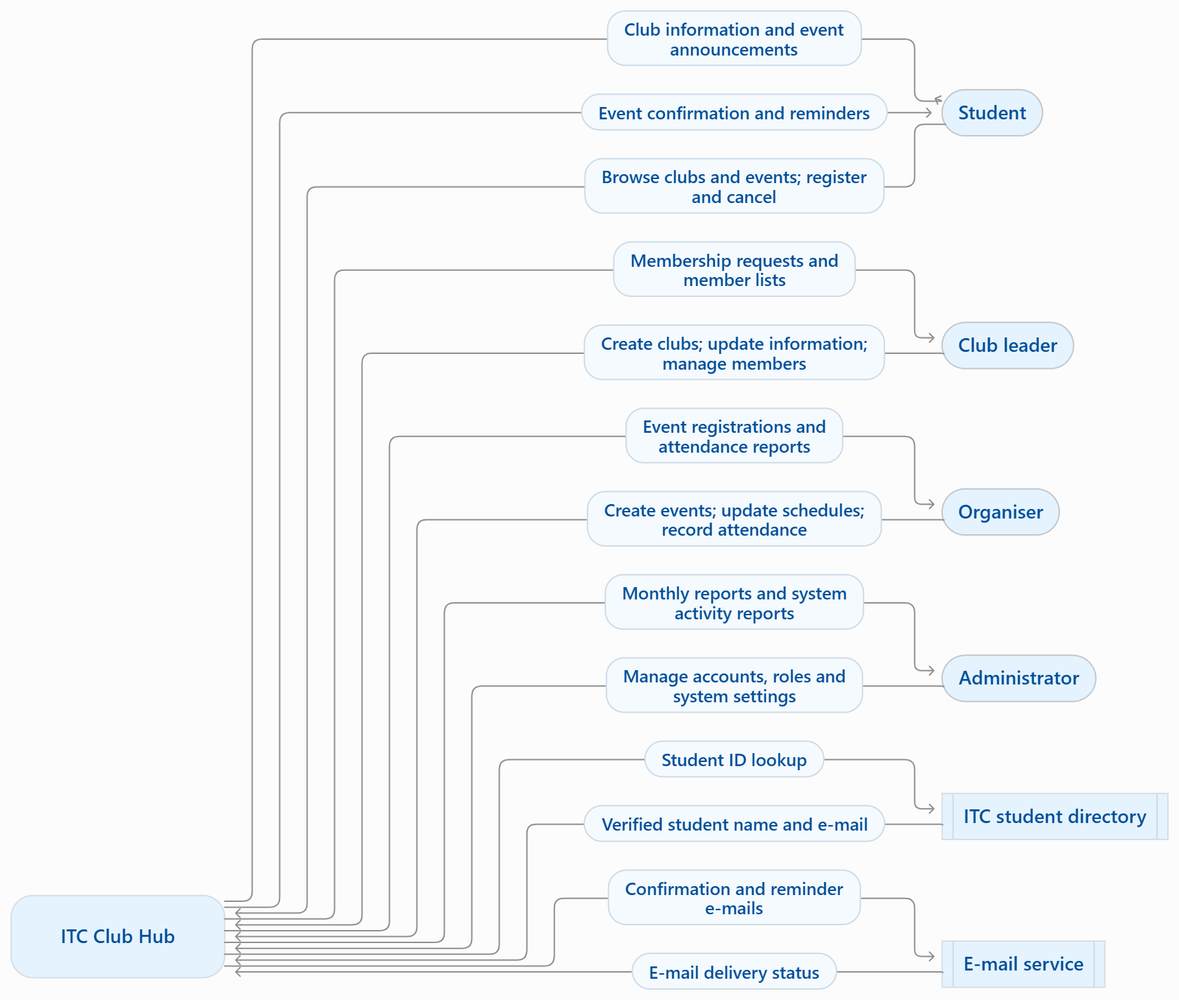
Earlier version of the Mermaid export lab02/context-diagram.png (sovanvisal7-svg/Clubhub-CodeHater). Its source is kept beside it as lab02/context-diagram.mmd. Its diagram source:
```mermaid
flowchart LR
    S([Student])
    CL([Club leader])
    O([Organiser])
    A([Administrator])

    CH[ITC Club Hub]

    MAIL[[E-mail service]]
    DIR[[ITC student directory]]

    S -- browse clubs, register for events, cancel registration --> CH
    CH -- club information, event details, announcements --> S

    CL -- create clubs, update club information, manage members --> CH
    CH -- membership requests, member lists, club activity reports --> CL

    O -- create events, update schedules, record attendance --> CH
    CH -- event registrations, attendance lists, event reports --> O

    A -- manage accounts, assign roles, update system settings --> CH
    CH -- monthly reports, user activity reports --> A
```
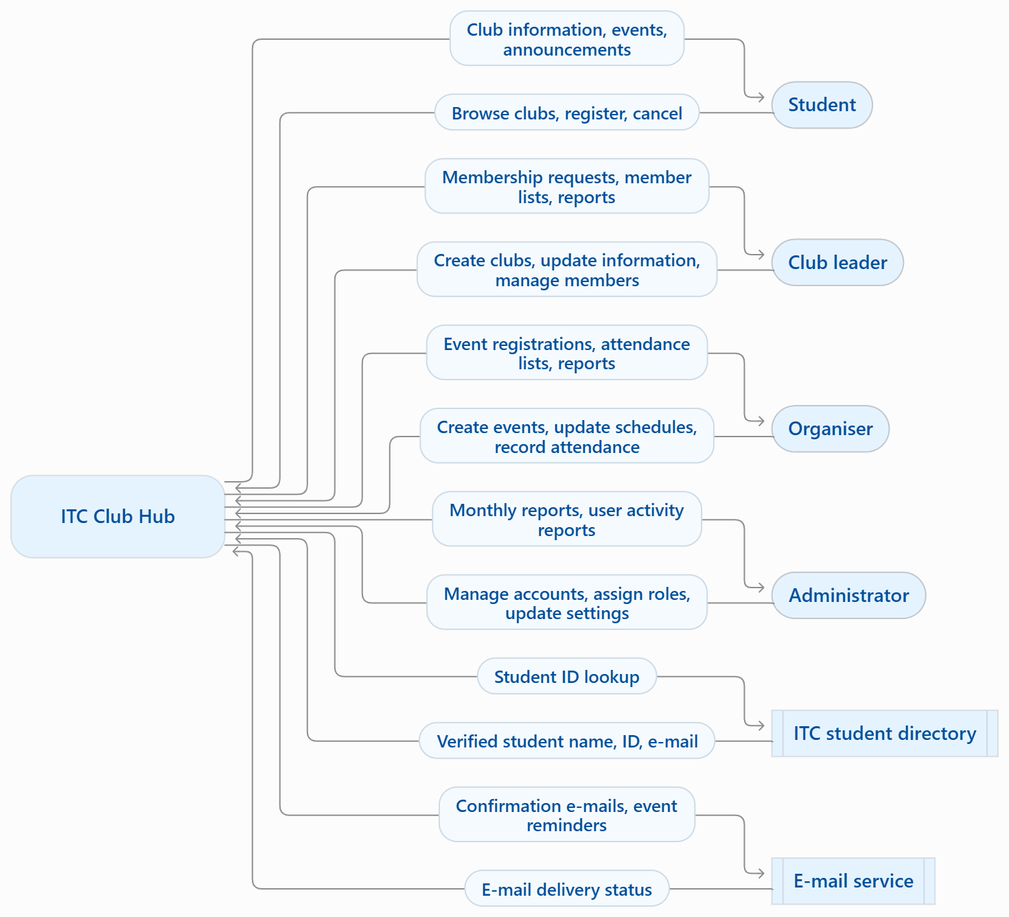
After the commit.

Diff of the diagram source:
```diff
@@ -20,3 +20,9 @@
 
     A -- manage accounts, assign roles, update system settings --> CH
     CH -- monthly reports, user activity reports --> A
+
+    CH -- student ID lookup --> DIR
+    DIR -- verified student name, student ID, e-mail --> CH
+
+    CH -- confirmation e-mails, event reminders --> MAIL
+    MAIL -- e-mail delivery status --> CH
```
